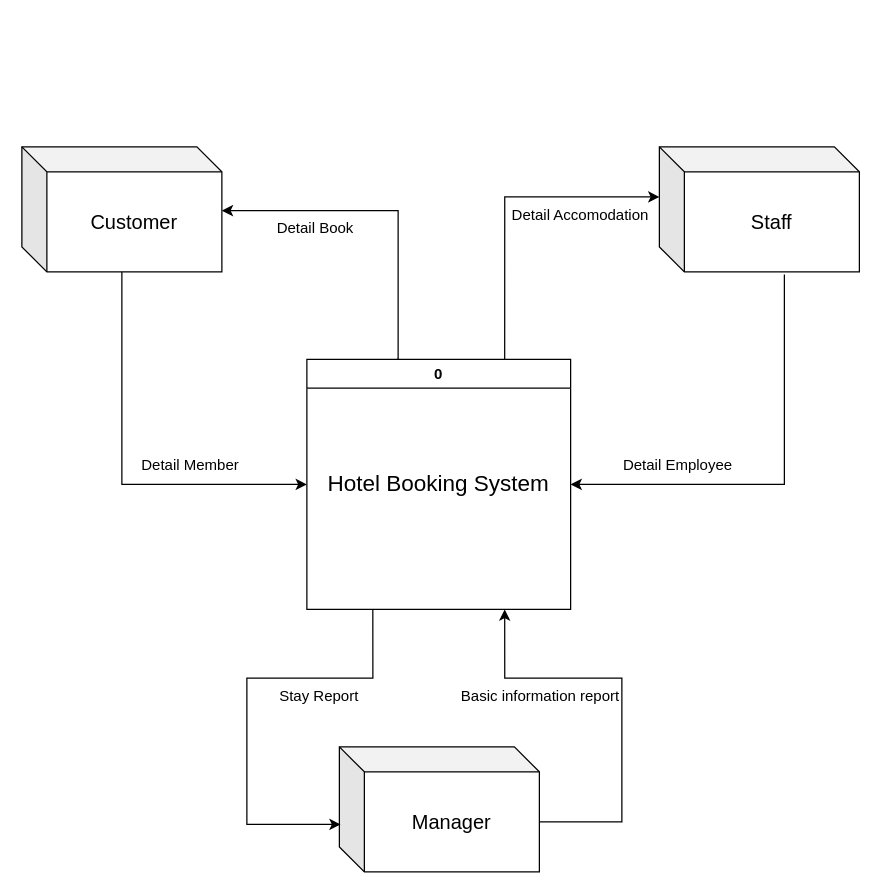
This is แบบแผนที่ยังไม่ได้ตั้งชื่อ.drawio from Yaya25aom/bookhotel, a draw.io file, before an edit. Source tidied: cells renumbered, new cells numbered last; positions are measured from the earlier drawing's top-left corner, leaving out a move shared by most shapes. Both pictures are drawn from the tidied source at 125%, with x=0, y=0 at pixel (21, 146).
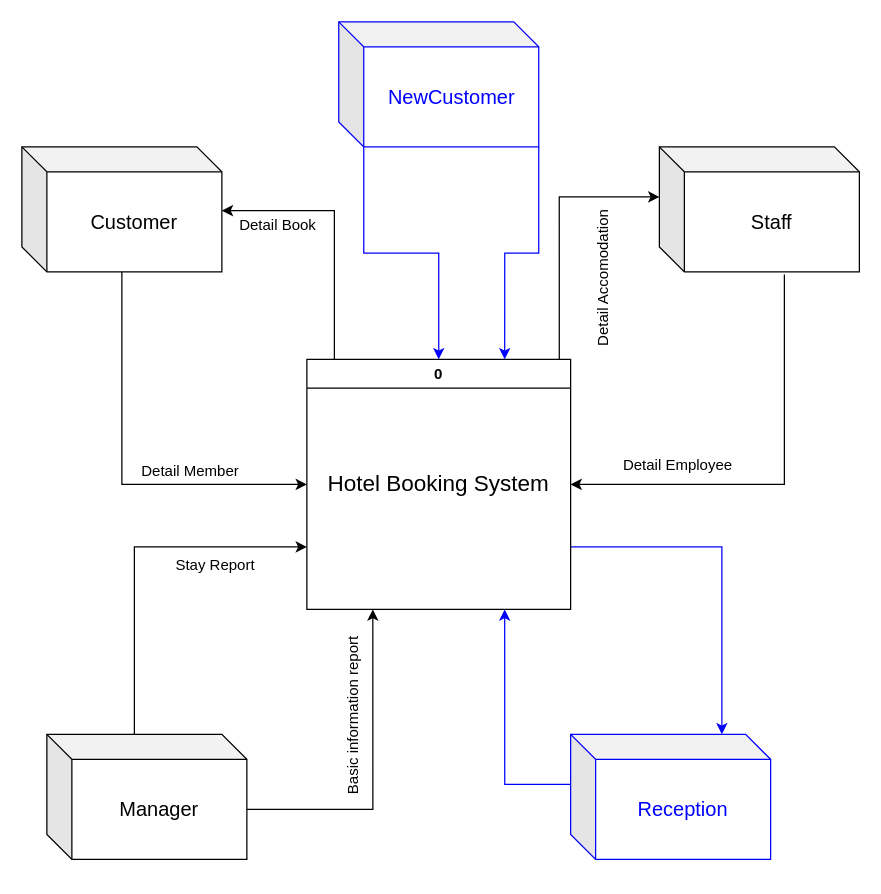
After the change.

Unchanged cells that the change refers to:
```xml
<mxCell id="2" value="0" style="swimlane;whiteSpace=wrap;html=1;" parent="1" vertex="1">
  <mxGeometry x="228" y="170" width="211" height="200" as="geometry" />
</mxCell>
<mxCell id="4" value="Customer" style="shape=cube;whiteSpace=wrap;html=1;boundedLbl=1;backgroundOutline=1;darkOpacity=0.05;darkOpacity2=0.1;fontSize=16;" parent="1" vertex="1">
  <mxGeometry width="160" height="100" as="geometry" />
</mxCell>
<mxCell id="6" value="Staff" style="shape=cube;whiteSpace=wrap;html=1;boundedLbl=1;backgroundOutline=1;darkOpacity=0.05;darkOpacity2=0.1;fontSize=16;" parent="1" vertex="1">
  <mxGeometry x="510" width="160" height="100" as="geometry" />
</mxCell>
```

What changed in the source:
```diff
@@
+    <mxCell id="19" style="edgeStyle=orthogonalEdgeStyle;rounded=0;jettySize=auto;html=1;exitX=1;exitY=0.75;exitDx=0;exitDy=0;strokeColor=#0000FF;" parent="1" edge="1" source="2" target="26">
+      <mxGeometry relative="1" as="geometry">
+        <Array as="points">
+          <mxPoint x="560" y="320" />
+        </Array>
+      </mxGeometry>
+    </mxCell>
@@
-    <mxCell id="7" style="edgeStyle=orthogonalEdgeStyle;rounded=0;jettySize=auto;html=1;exitX=0;exitY=0;exitDx=160;exitDy=60;exitPerimeter=0;entryX=0.75;entryY=1;entryDx=0;entryDy=0;" parent="1" edge="1" source="8" target="2">
-      <mxGeometry relative="1" as="geometry">
-        <Array as="points">
-          <mxPoint x="480" y="540" />
-          <mxPoint x="480" y="425" />
-          <mxPoint x="386" y="425" />
-        </Array>
-      </mxGeometry>
-    </mxCell>
+    <mxCell id="20" style="edgeStyle=orthogonalEdgeStyle;rounded=0;jettySize=auto;html=1;exitX=0;exitY=0;exitDx=70;exitDy=0;exitPerimeter=0;entryX=0;entryY=0.75;entryDx=0;entryDy=0;" parent="1" edge="1" source="8" target="2">
+      <mxGeometry relative="1" as="geometry" />
+    </mxCell>
+    <mxCell id="21" style="edgeStyle=orthogonalEdgeStyle;rounded=0;jettySize=auto;html=1;exitX=0;exitY=0;exitDx=160;exitDy=60;exitPerimeter=0;entryX=0.25;entryY=1;entryDx=0;entryDy=0;" parent="1" edge="1" source="8" target="2">
+      <mxGeometry relative="1" as="geometry" />
+    </mxCell>
     <mxCell id="8" value="Manager" style="shape=cube;whiteSpace=wrap;html=1;boundedLbl=1;backgroundOutline=1;darkOpacity=0.05;darkOpacity2=0.1;fontSize=16;" parent="1" vertex="1">
-      <mxGeometry x="254" y="480" width="160" height="100" as="geometry" />
+      <mxGeometry x="20" y="470" width="160" height="100" as="geometry" />
     </mxCell>
@@
-    <mxCell id="10" style="endArrow=classic;html=1;rounded=0;exitX=0.341;exitY=0;exitDx=0;exitDy=0;exitPerimeter=0;edgeStyle=orthogonalEdgeStyle;entryX=1;entryY=0.51;entryDx=0;entryDy=0;entryPerimeter=0;" parent="1" edge="1" source="2" target="4">
+    <mxCell id="10" style="endArrow=classic;html=1;rounded=0;edgeStyle=orthogonalEdgeStyle;entryX=1;entryY=0.51;entryDx=0;entryDy=0;entryPerimeter=0;" parent="1" edge="1" target="4">
       <mxGeometry relative="1" as="geometry">
+        <mxPoint x="250" y="170" as="sourcePoint" />
         <Array as="points">
-          <mxPoint x="301" y="170" />
-          <mxPoint x="301" y="51" />
+          <mxPoint x="250" y="170" />
+          <mxPoint x="250" y="51" />
         </Array>
       </mxGeometry>
     </mxCell>
-    <mxCell id="11" style="endArrow=classic;html=1;rounded=0;exitX=0.75;exitY=0;exitDx=0;exitDy=0;edgeStyle=orthogonalEdgeStyle;entryX=0;entryY=0;entryDx=0;entryDy=40;entryPerimeter=0;" parent="1" edge="1" source="2" target="6">
-      <mxGeometry relative="1" as="geometry" />
+    <mxCell id="11" style="endArrow=classic;html=1;rounded=0;exitX=0.957;exitY=0.002;exitDx=0;exitDy=0;edgeStyle=orthogonalEdgeStyle;entryX=0;entryY=0;entryDx=0;entryDy=40;entryPerimeter=0;exitPerimeter=0;" parent="1" edge="1" source="2" target="6">
+      <mxGeometry relative="1" as="geometry">
+        <Array as="points">
+          <mxPoint x="430" y="40" />
+        </Array>
+      </mxGeometry>
     </mxCell>
-    <mxCell id="12" style="endArrow=classic;html=1;rounded=0;exitX=0.25;exitY=1;exitDx=0;exitDy=0;edgeStyle=orthogonalEdgeStyle;entryX=0.006;entryY=0.62;entryDx=0;entryDy=0;entryPerimeter=0;" parent="1" edge="1" source="2" target="8">
-      <mxGeometry relative="1" as="geometry">
-        <Array as="points">
-          <mxPoint x="281" y="425" />
-          <mxPoint x="180" y="425" />
-          <mxPoint x="180" y="542" />
-        </Array>
-      </mxGeometry>
-    </mxCell>
     <mxCell id="13" value="Detail Book" style="text;html=1;strokeColor=none;fillColor=none;align=center;verticalAlign=middle;whiteSpace=wrap;rounded=0;" parent="1" vertex="1">
-      <mxGeometry x="170" y="50" width="130" height="30" as="geometry" />
+      <mxGeometry x="140" y="48" width="130" height="30" as="geometry" />
     </mxCell>
     <mxCell id="14" value="Detail Member" style="text;html=1;strokeColor=none;fillColor=none;align=center;verticalAlign=middle;whiteSpace=wrap;rounded=0;" parent="1" vertex="1">
-      <mxGeometry x="70" y="240" width="130" height="30" as="geometry" />
+      <mxGeometry x="70" y="245" width="130" height="30" as="geometry" />
     </mxCell>
-    <mxCell id="15" value="Detail Accomodation" style="text;html=1;strokeColor=none;fillColor=none;align=center;verticalAlign=middle;whiteSpace=wrap;rounded=0;" parent="1" vertex="1">
-      <mxGeometry x="382" y="40" width="130" height="30" as="geometry" />
+    <mxCell id="15" value="Detail Accomodation" style="text;html=1;strokeColor=none;fillColor=none;align=center;verticalAlign=middle;whiteSpace=wrap;rounded=0;rotation=-90;" parent="1" vertex="1">
+      <mxGeometry x="400" y="90" width="130" height="30" as="geometry" />
     </mxCell>
@@
     <mxCell id="17" value="Stay Report" style="text;html=1;strokeColor=none;fillColor=none;align=center;verticalAlign=middle;whiteSpace=wrap;rounded=0;" parent="1" vertex="1">
-      <mxGeometry x="173" y="425" width="130" height="30" as="geometry" />
+      <mxGeometry x="90" y="320" width="130" height="30" as="geometry" />
     </mxCell>
-    <mxCell id="18" value="Basic information report" style="text;html=1;strokeColor=none;fillColor=none;align=center;verticalAlign=middle;whiteSpace=wrap;rounded=0;" parent="1" vertex="1">
-      <mxGeometry x="350" y="425" width="130" height="30" as="geometry" />
+    <mxCell id="18" value="Basic information report" style="text;html=1;strokeColor=none;fillColor=none;align=center;verticalAlign=middle;whiteSpace=wrap;rounded=0;rotation=-90;" parent="1" vertex="1">
+      <mxGeometry x="200" y="440" width="130" height="30" as="geometry" />
     </mxCell>
+    <mxCell id="22" style="edgeStyle=orthogonalEdgeStyle;rounded=0;jettySize=auto;html=1;exitX=0;exitY=0;exitDx=20;exitDy=100;exitPerimeter=0;entryX=0.5;entryY=0;entryDx=0;entryDy=0;strokeColor=#0000FF;" parent="1" edge="1" source="24" target="2">
+      <mxGeometry relative="1" as="geometry" />
+    </mxCell>
+    <mxCell id="23" style="edgeStyle=orthogonalEdgeStyle;rounded=0;jettySize=auto;html=1;exitX=1;exitY=1;exitDx=0;exitDy=0;exitPerimeter=0;entryX=0.75;entryY=0;entryDx=0;entryDy=0;strokeColor=#0000FF;" parent="1" edge="1" source="24" target="2">
+      <mxGeometry relative="1" as="geometry" />
+    </mxCell>
+    <mxCell id="24" value="&lt;font color=&quot;#0000ff&quot;&gt;NewCustomer&lt;/font&gt;" style="shape=cube;whiteSpace=wrap;html=1;boundedLbl=1;backgroundOutline=1;darkOpacity=0.05;darkOpacity2=0.1;fontSize=16;strokeColor=#0000FF;" parent="1" vertex="1">
+      <mxGeometry x="253.5" y="-100" width="160" height="100" as="geometry" />
+    </mxCell>
+    <mxCell id="25" style="edgeStyle=orthogonalEdgeStyle;rounded=0;jettySize=auto;html=1;exitX=0;exitY=0;exitDx=0;exitDy=40;exitPerimeter=0;entryX=0.75;entryY=1;entryDx=0;entryDy=0;strokeColor=#0000FF;" parent="1" edge="1" source="26" target="2">
+      <mxGeometry relative="1" as="geometry" />
+    </mxCell>
+    <mxCell id="26" value="&lt;font color=&quot;#0000ff&quot;&gt;Reception&lt;/font&gt;" style="shape=cube;whiteSpace=wrap;html=1;boundedLbl=1;backgroundOutline=1;darkOpacity=0.05;darkOpacity2=0.1;fontSize=16;strokeColor=#0000FF;" parent="1" vertex="1">
+      <mxGeometry x="439" y="470" width="160" height="100" as="geometry" />
+    </mxCell>
```
